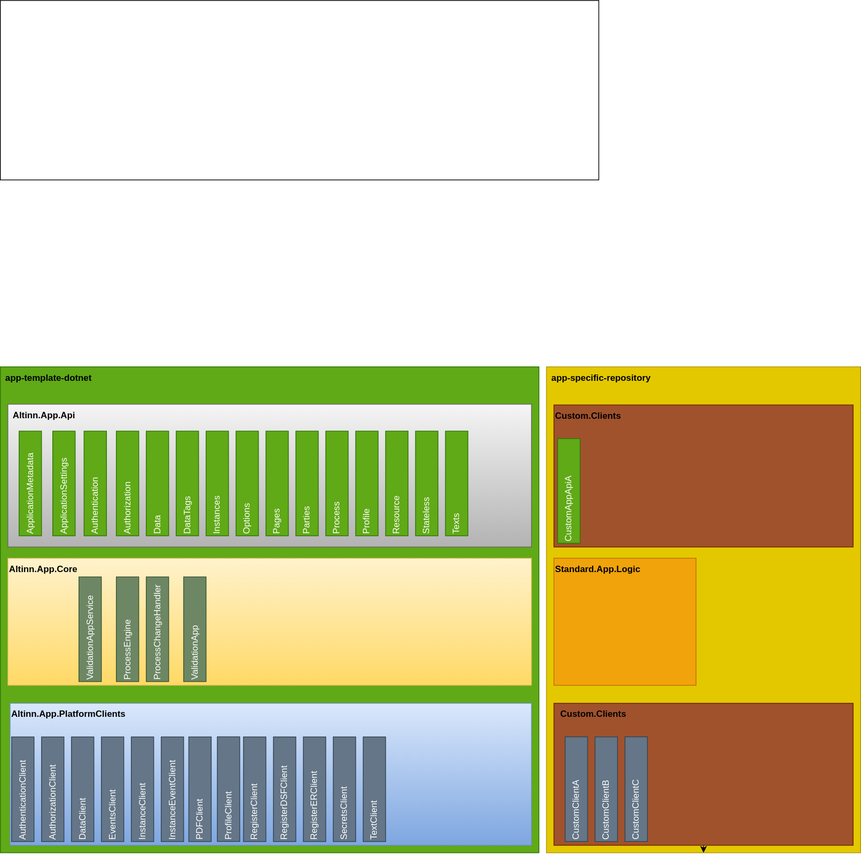
The draw.io diagram apptemplate.drawio.svg in Altinn/altinn-studio, before a commit. Source tidied: cells renumbered, new cells last; positions are measured from the earlier drawing's top-left corner, leaving out a move shared by most shapes.
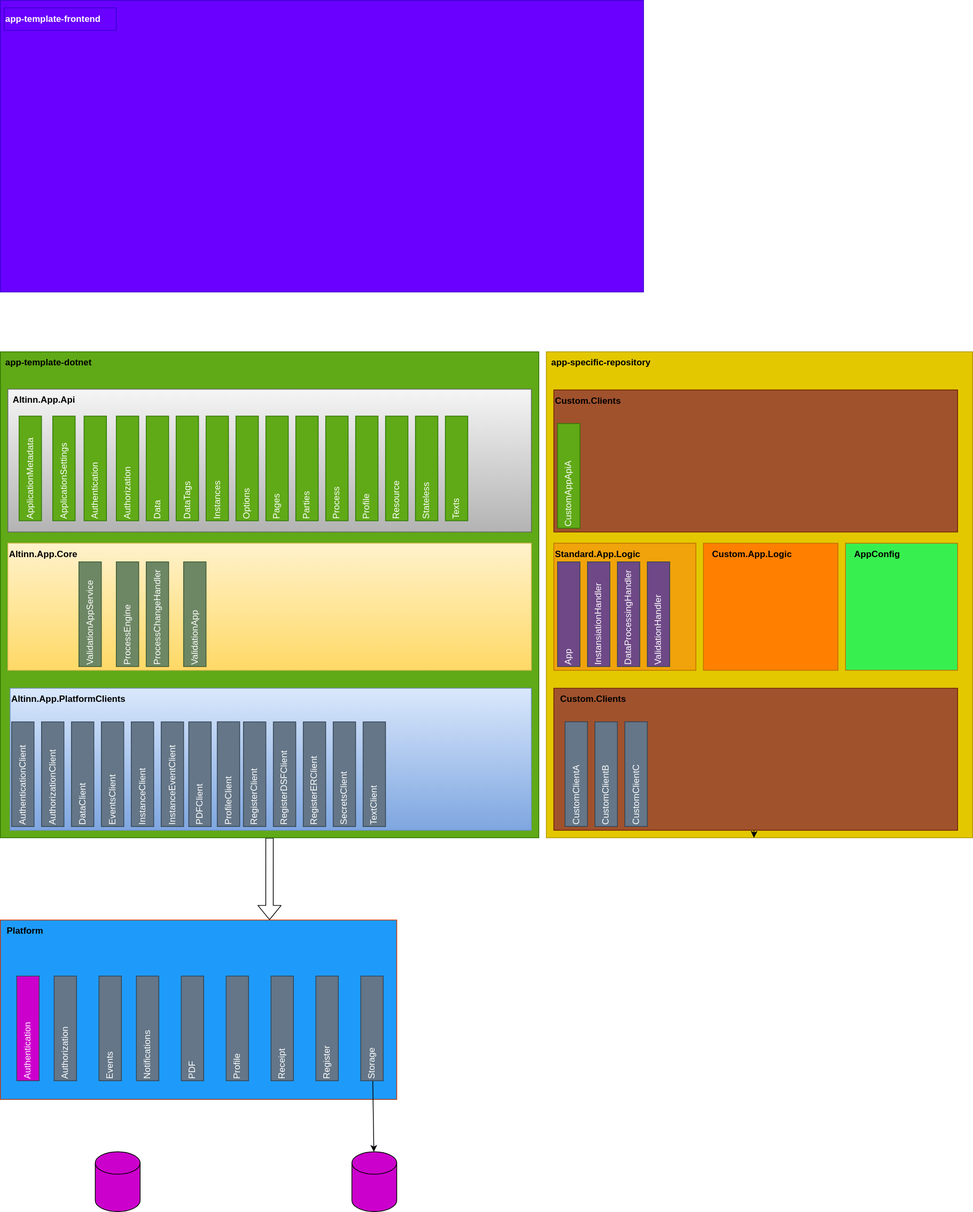
After the change.

Diff of the diagram source:
```diff
@@ -2,20 +2,23 @@
   <root>
     <mxCell id="0" />
     <mxCell id="1" parent="0" />
+    <mxCell id="56" style="edgeStyle=none;shape=flexArrow;html=1;entryX=0.679;entryY=0;entryDx=0;entryDy=0;entryPerimeter=0;fontColor=#0066CC;" parent="1" edge="1" source="2" target="62">
+      <mxGeometry relative="1" as="geometry" />
+    </mxCell>
     <mxCell id="2" style="rounded=0;whiteSpace=wrap;html=1;fillColor=#60a917;fontColor=#ffffff;strokeColor=#2D7600;" parent="1" vertex="1">
       <mxGeometry x="40" y="490" width="720" height="650" as="geometry" />
     </mxCell>
     <mxCell id="3" style="rounded=0;whiteSpace=wrap;html=1;fillColor=#fff2cc;gradientColor=#ffd966;strokeColor=#d6b656;" parent="1" vertex="1">
       <mxGeometry x="50" y="746" width="700" height="170" as="geometry" />
     </mxCell>
-    <mxCell id="4" style="rounded=0;whiteSpace=wrap;html=1;" parent="1" vertex="1">
-      <mxGeometry x="40" width="800" height="240" as="geometry" />
+    <mxCell id="4" style="rounded=0;whiteSpace=wrap;html=1;fillColor=#6a00ff;fontColor=#ffffff;strokeColor=#3700CC;" parent="1" vertex="1">
+      <mxGeometry x="40" y="20" width="860" height="390" as="geometry" />
     </mxCell>
     <mxCell id="5" style="rounded=0;whiteSpace=wrap;html=1;fillColor=#f5f5f5;gradientColor=#b3b3b3;strokeColor=#666666;" parent="1" vertex="1">
       <mxGeometry x="50" y="540" width="700" height="191" as="geometry" />
     </mxCell>
     <mxCell id="6" style="rounded=0;whiteSpace=wrap;html=1;fillColor=#e3c800;fontColor=#000000;strokeColor=#B09500;" parent="1" vertex="1">
-      <mxGeometry x="770" y="490" width="420" height="650" as="geometry" />
+      <mxGeometry x="770" y="490" width="570" height="650" as="geometry" />
     </mxCell>
     <mxCell id="7" style="rounded=0;whiteSpace=wrap;html=1;fillColor=#dae8fc;strokeColor=#6c8ebf;gradientColor=#7ea6e0;" parent="1" vertex="1">
       <mxGeometry x="53" y="940" width="697" height="190" as="geometry" />
@@ -132,13 +135,13 @@
       <mxGeometry relative="1" as="geometry" />
     </mxCell>
     <mxCell id="45" style="rounded=0;whiteSpace=wrap;html=1;fillColor=#a0522d;fontColor=#ffffff;strokeColor=#6D1F00;" parent="1" vertex="1">
-      <mxGeometry x="780" y="940" width="400" height="190" as="geometry" />
+      <mxGeometry x="780" y="940" width="540" height="190" as="geometry" />
     </mxCell>
     <mxCell id="46" value="Custom.Clients" style="text;html=1;strokeColor=none;fillColor=none;align=left;verticalAlign=middle;whiteSpace=wrap;rounded=0;fontColor=#000000;fontStyle=1;" parent="1" vertex="1">
       <mxGeometry x="787" y="940" width="150" height="30" as="geometry" />
     </mxCell>
     <mxCell id="47" style="rounded=0;whiteSpace=wrap;html=1;fillColor=#a0522d;fontColor=#ffffff;strokeColor=#6D1F00;" parent="1" vertex="1">
-      <mxGeometry x="780" y="541" width="400" height="190" as="geometry" />
+      <mxGeometry x="780" y="541" width="540" height="190" as="geometry" />
     </mxCell>
     <mxCell id="48" value="Custom.Clients" style="text;html=1;strokeColor=none;fillColor=none;align=left;verticalAlign=middle;whiteSpace=wrap;rounded=0;fontColor=#000000;fontStyle=1;" parent="1" vertex="1">
       <mxGeometry x="780" y="541" width="150" height="30" as="geometry" />
@@ -164,5 +167,74 @@
     <mxCell id="55" value="app-specific-repository" style="text;html=1;strokeColor=none;fillColor=none;align=left;verticalAlign=middle;whiteSpace=wrap;rounded=0;fontColor=#000000;fontStyle=1;" parent="1" vertex="1">
       <mxGeometry x="775" y="490" width="150" height="30" as="geometry" />
     </mxCell>
+    <mxCell id="57" value="app-template-frontend" style="text;html=1;strokeColor=#3700CC;fillColor=#6a00ff;align=left;verticalAlign=middle;whiteSpace=wrap;rounded=0;fontColor=#ffffff;fontStyle=1;" parent="1" vertex="1">
+      <mxGeometry x="45" y="30" width="150" height="30" as="geometry" />
+    </mxCell>
+    <mxCell id="58" style="rounded=0;whiteSpace=wrap;html=1;fillColor=#FF8000;fontColor=#000000;strokeColor=#BD7000;" parent="1" vertex="1">
+      <mxGeometry x="980" y="746" width="180" height="170" as="geometry" />
+    </mxCell>
+    <mxCell id="59" value="Custom.App.Logic" style="text;html=1;strokeColor=none;fillColor=none;align=left;verticalAlign=middle;whiteSpace=wrap;rounded=0;fontColor=#000000;fontStyle=1;" parent="1" vertex="1">
+      <mxGeometry x="990" y="746" width="150" height="30" as="geometry" />
+    </mxCell>
+    <mxCell id="60" style="rounded=0;whiteSpace=wrap;html=1;fillColor=#37F050;fontColor=#000000;strokeColor=#BD7000;" parent="1" vertex="1">
+      <mxGeometry x="1170" y="746" width="150" height="170" as="geometry" />
+    </mxCell>
+    <mxCell id="61" value="AppConfig" style="text;html=1;strokeColor=none;fillColor=none;align=left;verticalAlign=middle;whiteSpace=wrap;rounded=0;fontColor=#000000;fontStyle=1;" parent="1" vertex="1">
+      <mxGeometry x="1180" y="746" width="150" height="30" as="geometry" />
+    </mxCell>
+    <mxCell id="62" style="rounded=0;whiteSpace=wrap;html=1;fontColor=#000000;fillColor=#1E9BFA;strokeColor=#C73500;" parent="1" vertex="1">
+      <mxGeometry x="40" y="1250" width="530" height="240" as="geometry" />
+    </mxCell>
+    <mxCell id="63" value="Authentication" style="rounded=0;whiteSpace=wrap;html=1;rotation=-90;align=left;fillColor=#CC00CC;fontColor=#ffffff;strokeColor=#314354;" parent="1" vertex="1">
+      <mxGeometry x="6.9" y="1380" width="140" height="30" as="geometry" />
+    </mxCell>
+    <mxCell id="64" value="Authorization" style="rounded=0;whiteSpace=wrap;html=1;rotation=-90;align=left;fillColor=#647687;fontColor=#ffffff;strokeColor=#314354;" parent="1" vertex="1">
+      <mxGeometry x="56.9" y="1380" width="140" height="30" as="geometry" />
+    </mxCell>
+    <mxCell id="65" value="Events" style="rounded=0;whiteSpace=wrap;html=1;rotation=-90;align=left;fillColor=#647687;fontColor=#ffffff;strokeColor=#314354;" parent="1" vertex="1">
+      <mxGeometry x="116.9" y="1380" width="140" height="30" as="geometry" />
+    </mxCell>
+    <mxCell id="66" value="PDF" style="rounded=0;whiteSpace=wrap;html=1;rotation=-90;align=left;fillColor=#647687;fontColor=#ffffff;strokeColor=#314354;" parent="1" vertex="1">
+      <mxGeometry x="226.9" y="1380" width="140" height="30" as="geometry" />
+    </mxCell>
+    <mxCell id="67" value="Profile" style="rounded=0;whiteSpace=wrap;html=1;rotation=-90;align=left;fillColor=#647687;fontColor=#ffffff;strokeColor=#314354;" parent="1" vertex="1">
+      <mxGeometry x="286.9" y="1380" width="140" height="30" as="geometry" />
+    </mxCell>
+    <mxCell id="68" value="Receipt" style="rounded=0;whiteSpace=wrap;html=1;rotation=-90;align=left;fillColor=#647687;fontColor=#ffffff;strokeColor=#314354;" parent="1" vertex="1">
+      <mxGeometry x="346.9" y="1380" width="140" height="30" as="geometry" />
+    </mxCell>
+    <mxCell id="69" value="Register" style="rounded=0;whiteSpace=wrap;html=1;rotation=-90;align=left;fillColor=#647687;fontColor=#ffffff;strokeColor=#314354;" parent="1" vertex="1">
+      <mxGeometry x="406.9" y="1380" width="140" height="30" as="geometry" />
+    </mxCell>
+    <mxCell id="70" value="Notifications" style="rounded=0;whiteSpace=wrap;html=1;rotation=-90;align=left;fillColor=#647687;fontColor=#ffffff;strokeColor=#314354;" parent="1" vertex="1">
+      <mxGeometry x="166.9" y="1380" width="140" height="30" as="geometry" />
+    </mxCell>
+    <mxCell id="71" style="edgeStyle=none;html=1;fontColor=#0066CC;" parent="1" edge="1" source="72" target="78">
+      <mxGeometry relative="1" as="geometry" />
+    </mxCell>
+    <mxCell id="72" value="Storage" style="rounded=0;whiteSpace=wrap;html=1;rotation=-90;align=left;fillColor=#647687;fontColor=#ffffff;strokeColor=#314354;" parent="1" vertex="1">
+      <mxGeometry x="466.9" y="1380" width="140" height="30" as="geometry" />
+    </mxCell>
+    <mxCell id="73" value="Platform" style="text;html=1;strokeColor=none;fillColor=none;align=left;verticalAlign=middle;whiteSpace=wrap;rounded=0;fontColor=#000000;fontStyle=1;" parent="1" vertex="1">
+      <mxGeometry x="46.9" y="1250" width="150" height="30" as="geometry" />
+    </mxCell>
+    <mxCell id="74" value="App" style="rounded=0;whiteSpace=wrap;html=1;rotation=-90;align=left;fillColor=#6E4887;fontColor=#ffffff;strokeColor=#314354;" parent="1" vertex="1">
+      <mxGeometry x="730" y="826" width="140" height="30" as="geometry" />
+    </mxCell>
+    <mxCell id="75" value="InstansiationHandler" style="rounded=0;whiteSpace=wrap;html=1;rotation=-90;align=left;fillColor=#6E4887;fontColor=#ffffff;strokeColor=#314354;" parent="1" vertex="1">
+      <mxGeometry x="770" y="826" width="140" height="30" as="geometry" />
+    </mxCell>
+    <mxCell id="76" value="&amp;nbsp;DataProcessingHandler" style="rounded=0;whiteSpace=wrap;html=1;rotation=-90;align=left;fillColor=#6E4887;fontColor=#ffffff;strokeColor=#314354;" parent="1" vertex="1">
+      <mxGeometry x="810" y="826" width="140" height="30" as="geometry" />
+    </mxCell>
+    <mxCell id="77" value="ValidationHandler" style="rounded=0;whiteSpace=wrap;html=1;rotation=-90;align=left;fillColor=#6E4887;fontColor=#ffffff;strokeColor=#314354;" parent="1" vertex="1">
+      <mxGeometry x="850" y="826" width="140" height="30" as="geometry" />
+    </mxCell>
+    <mxCell id="78" style="shape=cylinder3;whiteSpace=wrap;html=1;boundedLbl=1;backgroundOutline=1;size=15;fontColor=#0066CC;fillColor=#CC00CC;" parent="1" vertex="1">
+      <mxGeometry x="510" y="1560" width="60" height="80" as="geometry" />
+    </mxCell>
+    <mxCell id="79" style="shape=cylinder3;whiteSpace=wrap;html=1;boundedLbl=1;backgroundOutline=1;size=15;fontColor=#0066CC;fillColor=#CC00CC;" parent="1" vertex="1">
+      <mxGeometry x="166.9" y="1560" width="60" height="80" as="geometry" />
+    </mxCell>
   </root>
 </mxGraphModel>
```
